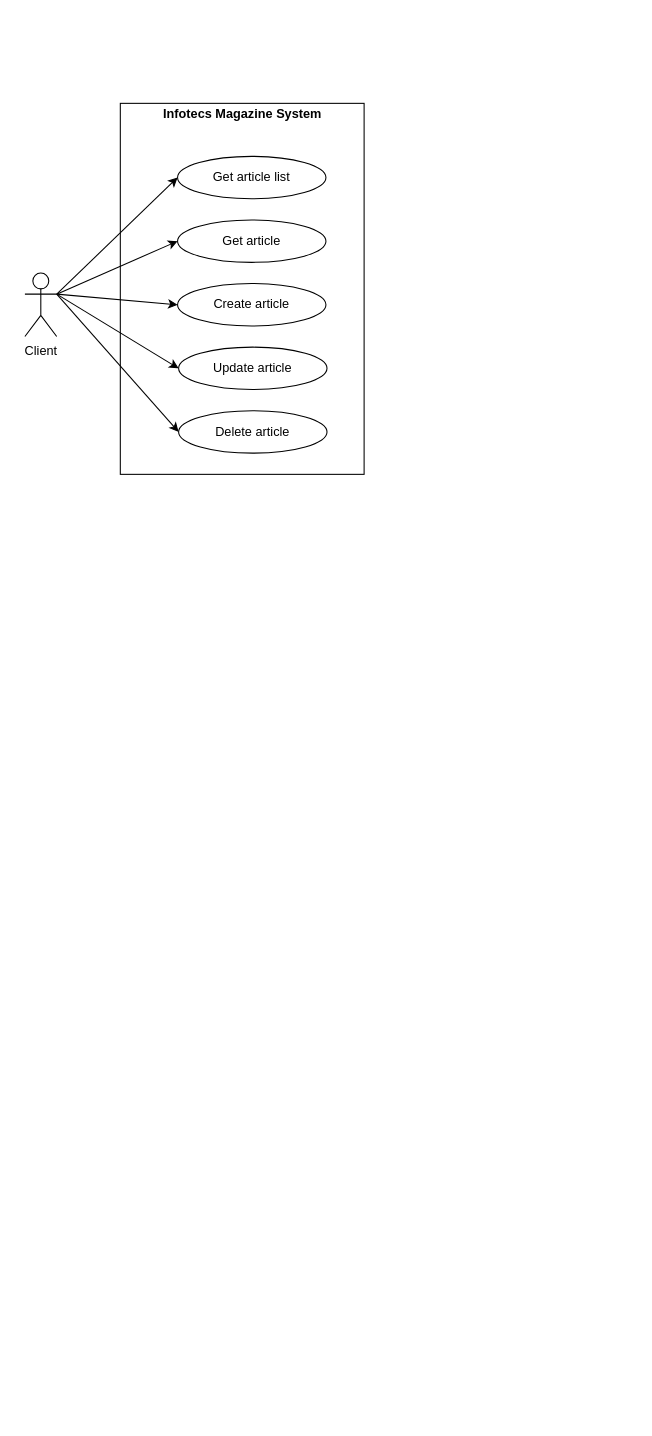
HelenMakarchuk/Infotecs.Tasks keeps this draw.io diagram as Artifacts/Use Case Diagram.drawio. Above is the earlier version. Source tidied: cells renumbered, new cells numbered last; positions are measured from the earlier drawing's top-left corner, leaving out a move shared by most shapes. Both pictures are drawn from the tidied source at 106%, with x=0, y=0 at pixel (24, 103).
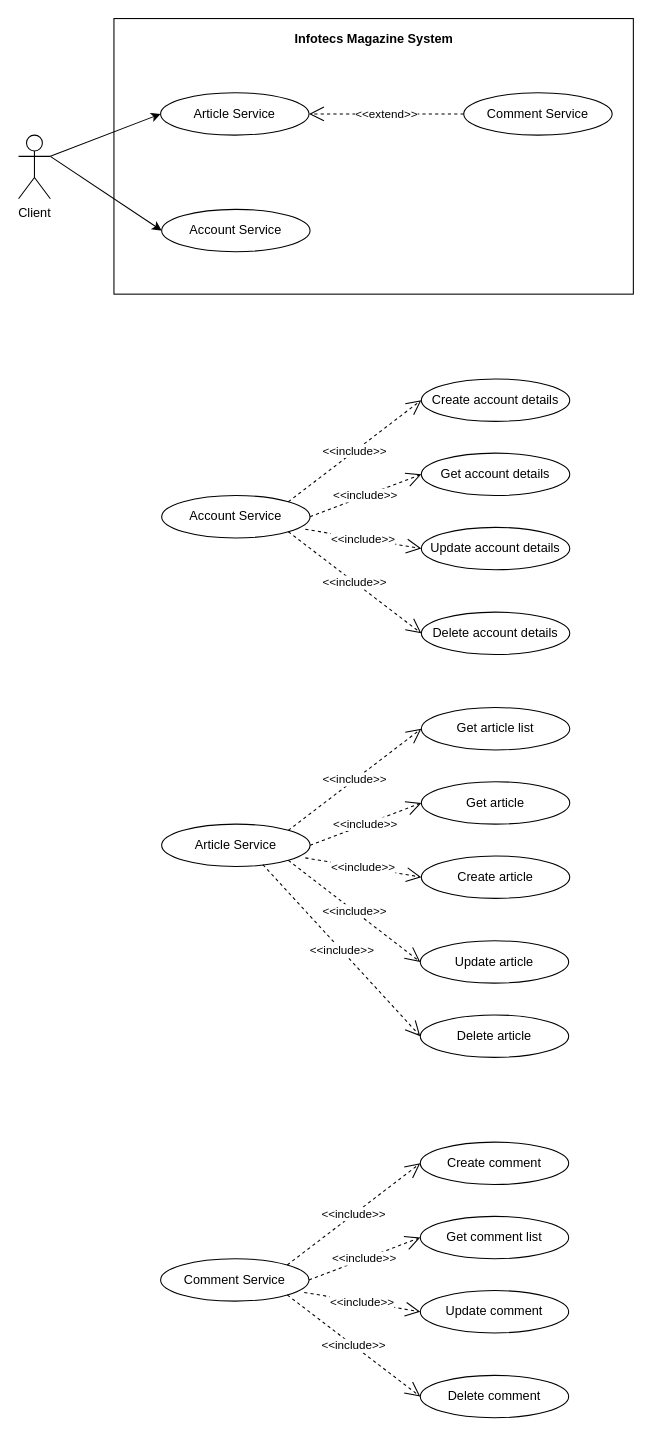
The same page after the edit.

Diff of the diagram source:
```diff
@@
-    <mxCell id="2" style="html=1;" parent="1" vertex="1">
-      <mxGeometry x="90" width="230" height="350" as="geometry" />
-    </mxCell>
-    <mxCell id="3" style="rounded=0;jettySize=auto;html=1;exitX=1;exitY=0.3333333333333333;exitDx=0;exitDy=0;exitPerimeter=0;entryX=0;entryY=0.5;entryDx=0;entryDy=0;" parent="1" edge="1" source="8" target="12">
-      <mxGeometry relative="1" as="geometry" />
-    </mxCell>
-    <mxCell id="4" style="edgeStyle=none;rounded=0;jettySize=auto;html=1;exitX=1;exitY=0.3333333333333333;exitDx=0;exitDy=0;exitPerimeter=0;entryX=0;entryY=0.5;entryDx=0;entryDy=0;" parent="1" edge="1" source="8" target="11">
-      <mxGeometry relative="1" as="geometry" />
-    </mxCell>
-    <mxCell id="5" style="edgeStyle=none;rounded=0;jettySize=auto;html=1;exitX=1;exitY=0.3333333333333333;exitDx=0;exitDy=0;exitPerimeter=0;entryX=0;entryY=0.5;entryDx=0;entryDy=0;" parent="1" edge="1" source="8" target="10">
-      <mxGeometry relative="1" as="geometry" />
-    </mxCell>
-    <mxCell id="6" style="edgeStyle=none;rounded=0;jettySize=auto;html=1;exitX=1;exitY=0.3333333333333333;exitDx=0;exitDy=0;exitPerimeter=0;entryX=0;entryY=0.5;entryDx=0;entryDy=0;" parent="1" edge="1" source="8" target="13">
-      <mxGeometry relative="1" as="geometry" />
-    </mxCell>
-    <mxCell id="7" style="edgeStyle=none;rounded=0;jettySize=auto;html=1;exitX=1;exitY=0.3333333333333333;exitDx=0;exitDy=0;exitPerimeter=0;entryX=0;entryY=0.5;entryDx=0;entryDy=0;" parent="1" edge="1" source="8" target="14">
-      <mxGeometry relative="1" as="geometry" />
-    </mxCell>
+    <mxCell id="15" style="html=1;" parent="1" vertex="1">
+      <mxGeometry x="84" y="-80" width="490" height="260" as="geometry" />
+    </mxCell>
+    <mxCell id="16" style="rounded=0;jettySize=auto;html=1;exitX=1;exitY=0.3333333333333333;exitDx=0;exitDy=0;exitPerimeter=0;entryX=0;entryY=0.5;entryDx=0;entryDy=0;" parent="1" edge="1" source="8" target="19">
+      <mxGeometry relative="1" as="geometry" />
+    </mxCell>
+    <mxCell id="17" style="edgeStyle=none;rounded=0;jettySize=auto;html=1;exitX=1;exitY=0.3333333333333333;exitDx=0;exitDy=0;exitPerimeter=0;entryX=0;entryY=0.5;entryDx=0;entryDy=0;" parent="1" edge="1" source="8" target="18">
+      <mxGeometry relative="1" as="geometry" />
+    </mxCell>
     <mxCell id="8" value="Client" style="shape=umlActor;verticalLabelPosition=bottom;labelBackgroundColor=#ffffff;verticalAlign=top;html=1;" parent="1" vertex="1">
-      <mxGeometry y="160" width="30" height="60" as="geometry" />
+      <mxGeometry x="-6" y="30" width="30" height="60" as="geometry" />
     </mxCell>
     <mxCell id="9" value="&lt;b&gt;Infotecs Magazine System&lt;/b&gt;" style="text;html=1;align=center;verticalAlign=middle;" parent="1" vertex="1">
-      <mxGeometry x="125" width="160" height="20" as="geometry" />
+      <mxGeometry x="249" y="-70" width="160" height="20" as="geometry" />
     </mxCell>
-    <mxCell id="10" value="Get article list" style="ellipse;whiteSpace=wrap;html=1;" parent="1" vertex="1">
-      <mxGeometry x="144" y="50" width="140" height="40" as="geometry" />
-    </mxCell>
+    <mxCell id="18" value="Article Service" style="ellipse;whiteSpace=wrap;html=1;" parent="1" vertex="1">
+      <mxGeometry x="128" y="-10" width="140" height="40" as="geometry" />
+    </mxCell>
+    <mxCell id="19" value="Account Service" style="ellipse;whiteSpace=wrap;html=1;" parent="1" vertex="1">
+      <mxGeometry x="129" y="100" width="140" height="40" as="geometry" />
+    </mxCell>
+    <mxCell id="20" value="Comment Service" style="ellipse;whiteSpace=wrap;html=1;" parent="1" vertex="1">
+      <mxGeometry x="414" y="-10" width="140" height="40" as="geometry" />
+    </mxCell>
+    <mxCell id="21" value="&amp;lt;&amp;lt;extend&amp;gt;&amp;gt;" style="endArrow=open;endSize=12;dashed=1;html=1;entryX=1;entryY=0.5;entryDx=0;entryDy=0;exitX=0;exitY=0.5;exitDx=0;exitDy=0;" parent="1" edge="1" source="20" target="18">
+      <mxGeometry relative="1" as="geometry" />
+    </mxCell>
+    <mxCell id="22" value="Account Service" style="ellipse;whiteSpace=wrap;html=1;" parent="1" vertex="1">
+      <mxGeometry x="129" y="370" width="140" height="40" as="geometry" />
+    </mxCell>
+    <mxCell id="23" value="Get account details" style="ellipse;whiteSpace=wrap;html=1;" parent="1" vertex="1">
+      <mxGeometry x="374" y="330" width="140" height="40" as="geometry" />
+    </mxCell>
+    <mxCell id="24" value="Update account details" style="ellipse;whiteSpace=wrap;html=1;" parent="1" vertex="1">
+      <mxGeometry x="374" y="400" width="140" height="40" as="geometry" />
+    </mxCell>
+    <mxCell id="25" value="Delete account details" style="ellipse;whiteSpace=wrap;html=1;" parent="1" vertex="1">
+      <mxGeometry x="374" y="480" width="140" height="40" as="geometry" />
+    </mxCell>
+    <mxCell id="26" value="Create account details" style="ellipse;whiteSpace=wrap;html=1;" parent="1" vertex="1">
+      <mxGeometry x="374" y="260" width="140" height="40" as="geometry" />
+    </mxCell>
+    <mxCell id="27" value="&amp;lt;&amp;lt;include&amp;gt;&amp;gt;" style="endArrow=open;endSize=12;dashed=1;html=1;entryX=0;entryY=0.5;entryDx=0;entryDy=0;exitX=1;exitY=0;exitDx=0;exitDy=0;" parent="1" edge="1" source="22" target="26">
+      <mxGeometry relative="1" as="geometry" />
+    </mxCell>
+    <mxCell id="28" value="&amp;lt;&amp;lt;include&amp;gt;&amp;gt;" style="endArrow=open;endSize=12;dashed=1;html=1;entryX=0;entryY=0.5;entryDx=0;entryDy=0;exitX=1;exitY=0.5;exitDx=0;exitDy=0;" parent="1" edge="1" source="22" target="23">
+      <mxGeometry relative="1" as="geometry" />
+    </mxCell>
+    <mxCell id="29" value="&amp;lt;&amp;lt;include&amp;gt;&amp;gt;" style="endArrow=open;endSize=12;dashed=1;html=1;entryX=0;entryY=0.5;entryDx=0;entryDy=0;exitX=0.968;exitY=0.795;exitDx=0;exitDy=0;exitPerimeter=0;" parent="1" edge="1" source="22" target="24">
+      <mxGeometry relative="1" as="geometry" />
+    </mxCell>
+    <mxCell id="30" value="&amp;lt;&amp;lt;include&amp;gt;&amp;gt;" style="endArrow=open;endSize=12;dashed=1;html=1;entryX=0;entryY=0.5;entryDx=0;entryDy=0;exitX=1;exitY=1;exitDx=0;exitDy=0;" parent="1" edge="1" source="22" target="25">
+      <mxGeometry relative="1" as="geometry" />
+    </mxCell>
+    <mxCell id="31" value="Article Service" style="ellipse;whiteSpace=wrap;html=1;" parent="1" vertex="1">
+      <mxGeometry x="129" y="680" width="140" height="40" as="geometry" />
+    </mxCell>
     <mxCell id="11" value="Get article" style="ellipse;whiteSpace=wrap;html=1;" parent="1" vertex="1">
-      <mxGeometry x="144" y="110" width="140" height="40" as="geometry" />
+      <mxGeometry x="374" y="640" width="140" height="40" as="geometry" />
     </mxCell>
     <mxCell id="12" value="Create article" style="ellipse;whiteSpace=wrap;html=1;" parent="1" vertex="1">
-      <mxGeometry x="144" y="170" width="140" height="40" as="geometry" />
+      <mxGeometry x="374" y="710" width="140" height="40" as="geometry" />
     </mxCell>
     <mxCell id="13" value="Update article" style="ellipse;whiteSpace=wrap;html=1;" parent="1" vertex="1">
-      <mxGeometry x="145" y="230" width="140" height="40" as="geometry" />
+      <mxGeometry x="373" y="790" width="140" height="40" as="geometry" />
     </mxCell>
+    <mxCell id="10" value="Get article list" style="ellipse;whiteSpace=wrap;html=1;" parent="1" vertex="1">
+      <mxGeometry x="374" y="570" width="140" height="40" as="geometry" />
+    </mxCell>
+    <mxCell id="32" value="&amp;lt;&amp;lt;include&amp;gt;&amp;gt;" style="endArrow=open;endSize=12;dashed=1;html=1;entryX=0;entryY=0.5;entryDx=0;entryDy=0;exitX=1;exitY=0;exitDx=0;exitDy=0;" parent="1" edge="1" source="31" target="10">
+      <mxGeometry relative="1" as="geometry" />
+    </mxCell>
+    <mxCell id="33" value="&amp;lt;&amp;lt;include&amp;gt;&amp;gt;" style="endArrow=open;endSize=12;dashed=1;html=1;entryX=0;entryY=0.5;entryDx=0;entryDy=0;exitX=1;exitY=0.5;exitDx=0;exitDy=0;" parent="1" edge="1" source="31" target="11">
+      <mxGeometry relative="1" as="geometry" />
+    </mxCell>
+    <mxCell id="34" value="&amp;lt;&amp;lt;include&amp;gt;&amp;gt;" style="endArrow=open;endSize=12;dashed=1;html=1;entryX=0;entryY=0.5;entryDx=0;entryDy=0;exitX=0.968;exitY=0.795;exitDx=0;exitDy=0;exitPerimeter=0;" parent="1" edge="1" source="31" target="12">
+      <mxGeometry relative="1" as="geometry" />
+    </mxCell>
+    <mxCell id="35" value="&amp;lt;&amp;lt;include&amp;gt;&amp;gt;" style="endArrow=open;endSize=12;dashed=1;html=1;entryX=0;entryY=0.5;entryDx=0;entryDy=0;exitX=1;exitY=1;exitDx=0;exitDy=0;" parent="1" edge="1" source="31" target="13">
+      <mxGeometry relative="1" as="geometry" />
+    </mxCell>
+    <mxCell id="36" value="Comment Service" style="ellipse;whiteSpace=wrap;html=1;" parent="1" vertex="1">
+      <mxGeometry x="128" y="1090" width="140" height="40" as="geometry" />
+    </mxCell>
+    <mxCell id="37" value="Get comment list" style="ellipse;whiteSpace=wrap;html=1;" parent="1" vertex="1">
+      <mxGeometry x="373" y="1050" width="140" height="40" as="geometry" />
+    </mxCell>
+    <mxCell id="38" value="Update&amp;nbsp;comment" style="ellipse;whiteSpace=wrap;html=1;" parent="1" vertex="1">
+      <mxGeometry x="373" y="1120" width="140" height="40" as="geometry" />
+    </mxCell>
+    <mxCell id="39" value="Delete comment" style="ellipse;whiteSpace=wrap;html=1;" parent="1" vertex="1">
+      <mxGeometry x="373" y="1200" width="140" height="40" as="geometry" />
+    </mxCell>
+    <mxCell id="40" value="Create comment" style="ellipse;whiteSpace=wrap;html=1;" parent="1" vertex="1">
+      <mxGeometry x="373" y="980" width="140" height="40" as="geometry" />
+    </mxCell>
+    <mxCell id="41" value="&amp;lt;&amp;lt;include&amp;gt;&amp;gt;" style="endArrow=open;endSize=12;dashed=1;html=1;entryX=0;entryY=0.5;entryDx=0;entryDy=0;exitX=1;exitY=0;exitDx=0;exitDy=0;" parent="1" edge="1" source="36" target="40">
+      <mxGeometry relative="1" as="geometry" />
+    </mxCell>
+    <mxCell id="42" value="&amp;lt;&amp;lt;include&amp;gt;&amp;gt;" style="endArrow=open;endSize=12;dashed=1;html=1;entryX=0;entryY=0.5;entryDx=0;entryDy=0;exitX=1;exitY=0.5;exitDx=0;exitDy=0;" parent="1" edge="1" source="36" target="37">
+      <mxGeometry relative="1" as="geometry" />
+    </mxCell>
+    <mxCell id="43" value="&amp;lt;&amp;lt;include&amp;gt;&amp;gt;" style="endArrow=open;endSize=12;dashed=1;html=1;entryX=0;entryY=0.5;entryDx=0;entryDy=0;exitX=0.968;exitY=0.795;exitDx=0;exitDy=0;exitPerimeter=0;" parent="1" edge="1" source="36" target="38">
+      <mxGeometry relative="1" as="geometry" />
+    </mxCell>
+    <mxCell id="44" value="&amp;lt;&amp;lt;include&amp;gt;&amp;gt;" style="endArrow=open;endSize=12;dashed=1;html=1;entryX=0;entryY=0.5;entryDx=0;entryDy=0;exitX=1;exitY=1;exitDx=0;exitDy=0;" parent="1" edge="1" source="36" target="39">
+      <mxGeometry relative="1" as="geometry" />
+    </mxCell>
     <mxCell id="14" value="Delete article" style="ellipse;whiteSpace=wrap;html=1;" parent="1" vertex="1">
-      <mxGeometry x="145" y="290" width="140" height="40" as="geometry" />
+      <mxGeometry x="373" y="860" width="140" height="40" as="geometry" />
     </mxCell>
+    <mxCell id="45" value="&amp;lt;&amp;lt;include&amp;gt;&amp;gt;" style="endArrow=open;endSize=12;dashed=1;html=1;entryX=0;entryY=0.5;entryDx=0;entryDy=0;exitX=0.682;exitY=0.955;exitDx=0;exitDy=0;exitPerimeter=0;" parent="1" edge="1" source="31" target="14">
+      <mxGeometry relative="1" as="geometry" />
+    </mxCell>
```
